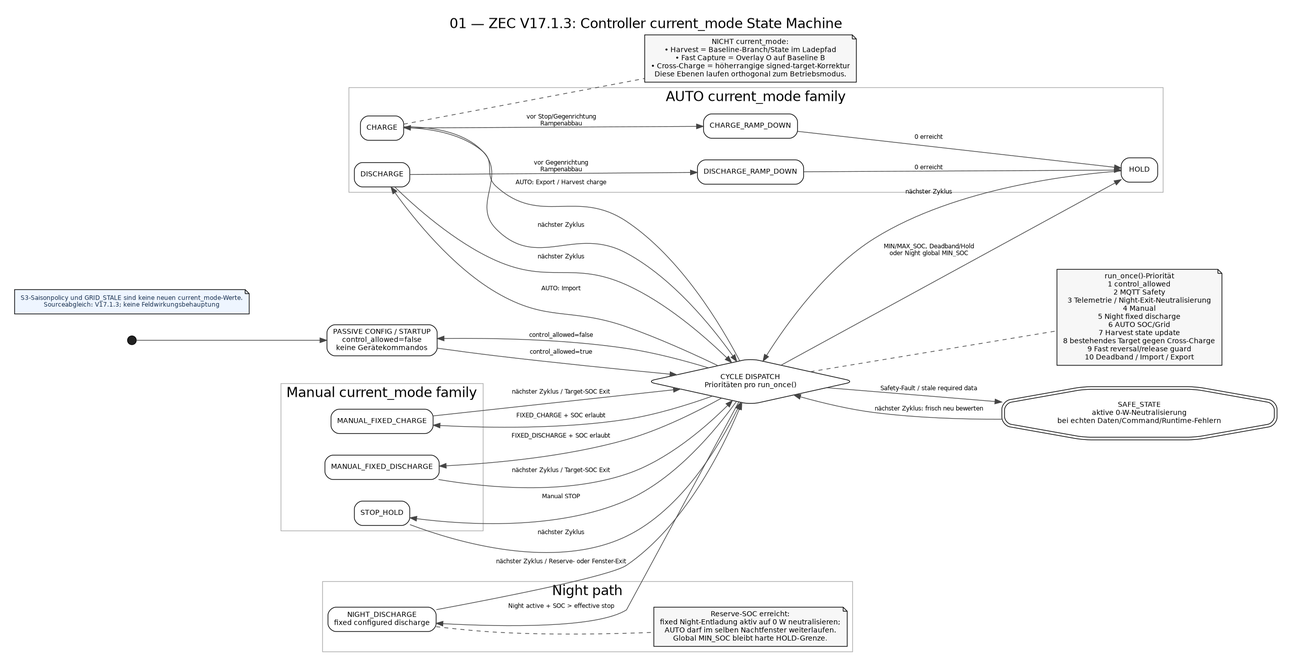
TTXaser2/zendure-energy-controller keeps this Graphviz diagram as docs/architecture/uml/rendered/01_CONTROLLER_STATE_MACHINE.png. Above is the earlier version. Its source is kept beside it as docs/architecture/uml/diagrams/01_CONTROLLER_STATE_MACHINE.dot.
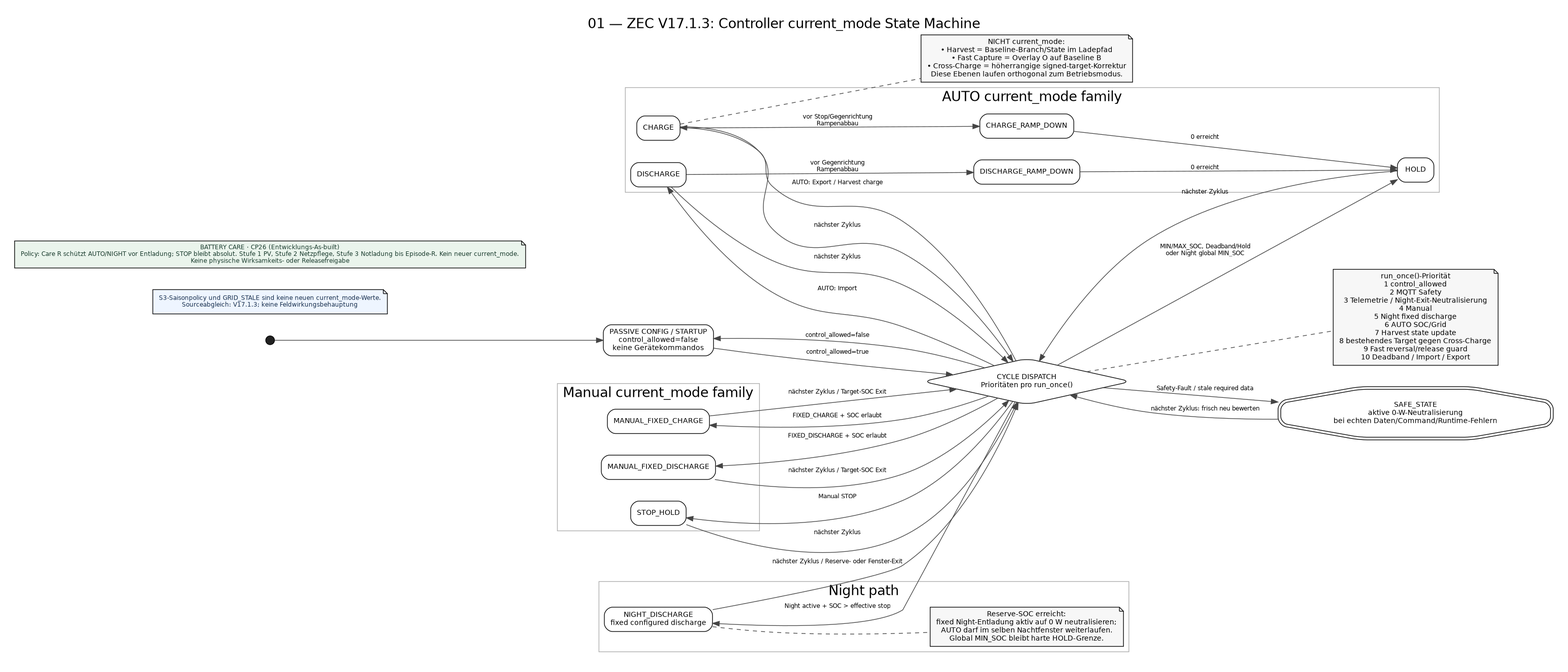
After the change.

What changed in the source:
```diff
@@ -60,4 +60,6 @@
   night -> nnote [style=dashed, arrowhead=none];
 
   uml_update_note [shape=note, style="filled", fillcolor="#eef5ff", fontcolor="#162e4d", fontsize=9, label="S3-Saisonpolicy und GRID_STALE sind keine neuen current_mode-Werte.\nSourceabgleich: V17.1.3; keine Feldwirkungsbehauptung"];
+
+  cp26_care_01 [shape=note, style="filled", fillcolor="#eaf4ec", fontcolor="#193b2d", fontsize=9, label="BATTERY CARE · CP26 (Entwicklungs-As-built)\nPolicy: Care R schützt AUTO/NIGHT vor Entladung; STOP bleibt absolut. Stufe 1 PV, Stufe 2 Netzpflege, Stufe 3 Notladung bis Episode-R. Kein neuer current_mode.\nKeine physische Wirksamkeits- oder Releasefreigabe"];
 }
```
